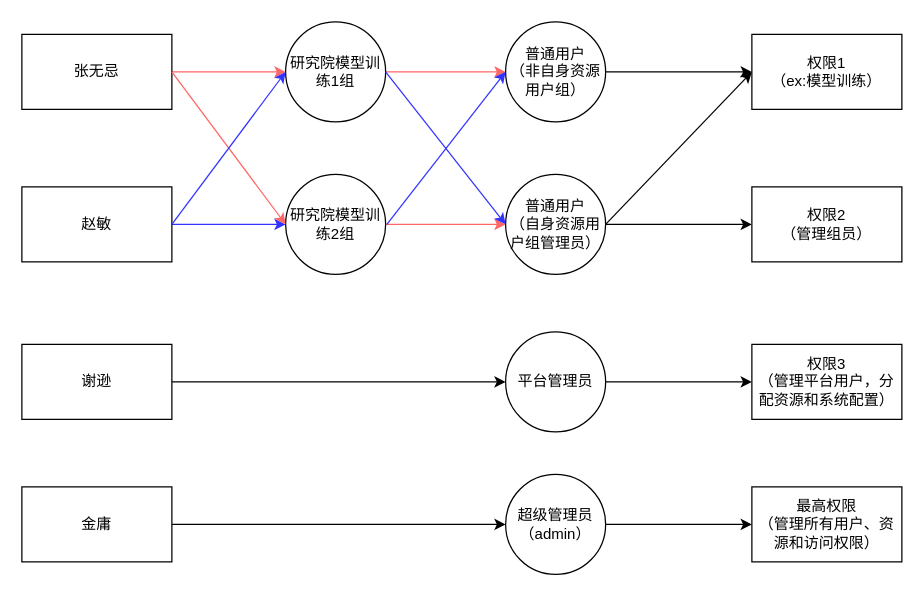
Before: Untitled Diagram.drawio in NorthQF/EddieFlowchart, a draw.io diagram. Source tidied: cells renumbered, new cells numbered last; positions are measured from the earlier drawing's top-left corner, leaving out a move shared by most shapes. Both pictures are drawn from the tidied source at 125%, with x=0, y=0 at pixel (21, 21).
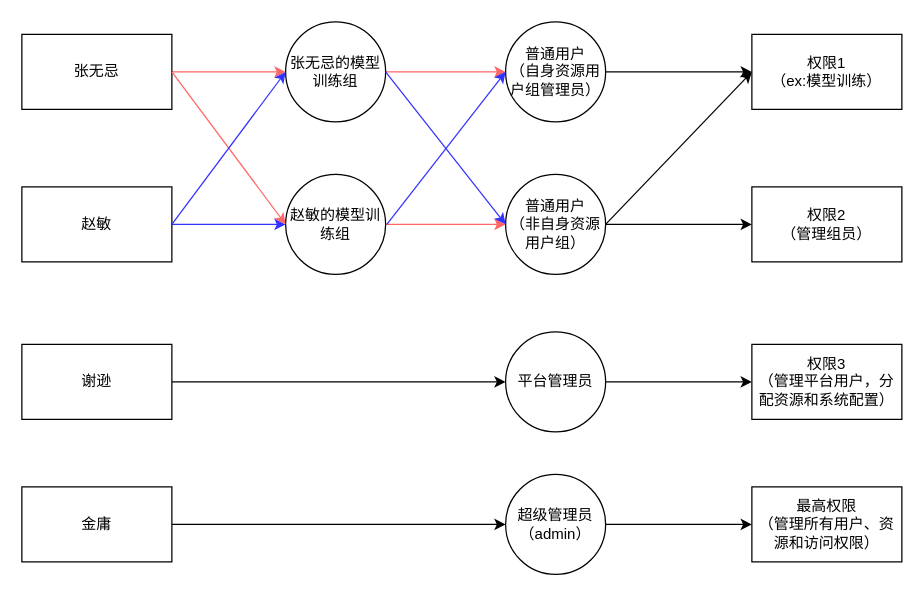
Above is the later version.

What changed in the source:
```diff
@@
-    <mxCell id="5" value="研究院模型训练1组" style="ellipse;whiteSpace=wrap;html=1;" parent="1" vertex="1">
+    <mxCell id="5" value="张无忌的模型训练组" style="ellipse;whiteSpace=wrap;html=1;" parent="1" vertex="1">
       <mxGeometry x="211" width="80" height="80" as="geometry" />
     </mxCell>
@@
-    <mxCell id="7" value="研究院模型训练2组" style="ellipse;whiteSpace=wrap;html=1;" parent="1" vertex="1">
+    <mxCell id="7" value="赵敏的模型训练组" style="ellipse;whiteSpace=wrap;html=1;" parent="1" vertex="1">
       <mxGeometry x="211" y="122" width="80" height="80" as="geometry" />
     </mxCell>
@@
-    <mxCell id="9" value="普通用户&lt;br&gt;（自身资源用户组管理员）" style="ellipse;whiteSpace=wrap;html=1;" parent="1" vertex="1">
+    <mxCell id="9" value="普通用户&lt;br&gt;（非自身资源用户组）" style="ellipse;whiteSpace=wrap;html=1;" parent="1" vertex="1">
       <mxGeometry x="387" y="122" width="80" height="80" as="geometry" />
     </mxCell>
@@
-    <mxCell id="15" value="普通用户&lt;br&gt;（非自身资源用户组）" style="ellipse;whiteSpace=wrap;html=1;" parent="1" vertex="1">
+    <mxCell id="15" value="普通用户&lt;br&gt;（自身资源用户组管理员）" style="ellipse;whiteSpace=wrap;html=1;" parent="1" vertex="1">
       <mxGeometry x="387" width="80" height="80" as="geometry" />
     </mxCell>
```
